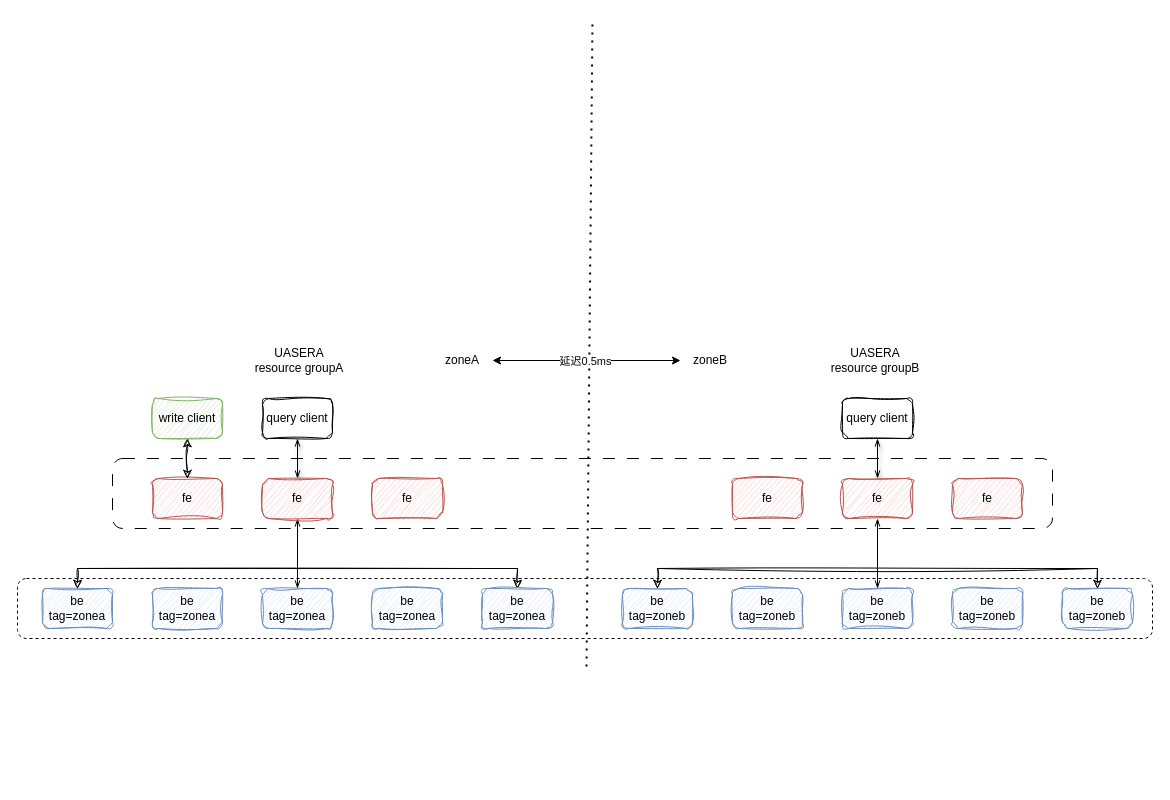
Earlier version of the draw.io diagram 1.drawio (casesdev/draw.io). Source tidied: cells renumbered, new cells numbered last; positions are measured from the earlier drawing's top-left corner, leaving out a move shared by most shapes. Both pictures are drawn from the tidied source at 100%, with x=0, y=0 at pixel (17, 18).
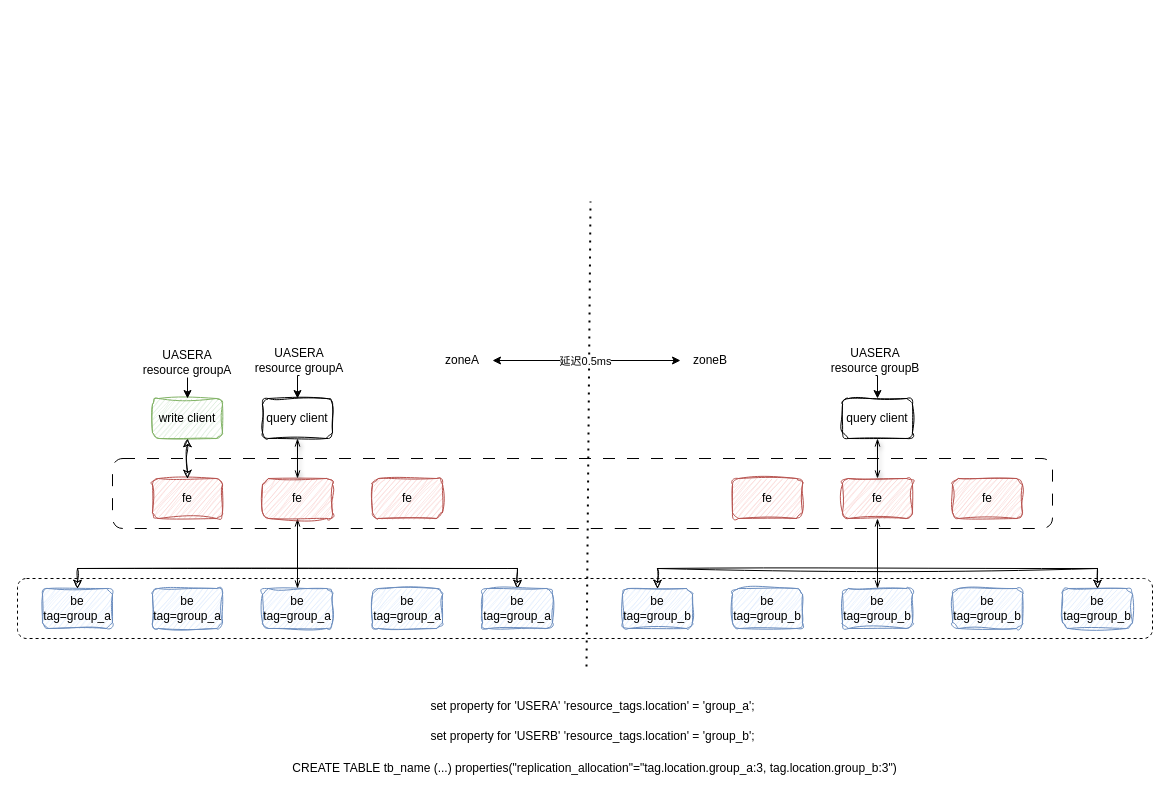
The same page after the edit.

The change refers to these unchanged cells:
```xml
<mxCell id="15" value="query client" style="rounded=1;whiteSpace=wrap;html=1;sketch=1;curveFitting=1;jiggle=2;glass=0;" parent="1" vertex="1">
  <mxGeometry x="245" y="380" width="70" height="40" as="geometry" />
</mxCell>
<mxCell id="28" value="query client" style="rounded=1;whiteSpace=wrap;html=1;sketch=1;curveFitting=1;jiggle=2;glass=0;" parent="1" vertex="1">
  <mxGeometry x="825" y="380" width="70" height="40" as="geometry" />
</mxCell>
<mxCell id="33" value="UASERA&lt;br&gt;resource groupA" style="text;html=1;strokeColor=none;fillColor=none;align=center;verticalAlign=middle;whiteSpace=wrap;rounded=0;" parent="1" vertex="1">
  <mxGeometry x="182" y="327" width="200" height="30" as="geometry" />
</mxCell>
<mxCell id="34" value="UASERA&lt;br&gt;resource groupB" style="text;html=1;strokeColor=none;fillColor=none;align=center;verticalAlign=middle;whiteSpace=wrap;rounded=0;" parent="1" vertex="1">
  <mxGeometry x="758" y="327" width="200" height="30" as="geometry" />
</mxCell>
<mxCell id="36" value="write client" style="rounded=1;whiteSpace=wrap;html=1;sketch=1;curveFitting=1;jiggle=2;glass=0;fillColor=#d5e8d4;strokeColor=#82b366;" parent="1" vertex="1">
  <mxGeometry x="135" y="380" width="70" height="40" as="geometry" />
</mxCell>
```

What changed in the source:
```diff
@@
-    <mxCell id="4" value="be&lt;br&gt;tag=zonea" style="rounded=1;whiteSpace=wrap;html=1;sketch=1;curveFitting=1;jiggle=2;glass=0;fillColor=#dae8fc;strokeColor=#6c8ebf;" parent="1" vertex="1">
+    <mxCell id="4" value="be&lt;br&gt;tag=group_a" style="rounded=1;whiteSpace=wrap;html=1;sketch=1;curveFitting=1;jiggle=2;glass=0;fillColor=#dae8fc;strokeColor=#6c8ebf;" parent="1" vertex="1">
       <mxGeometry x="25" y="570" width="70" height="40" as="geometry" />
     </mxCell>
-    <mxCell id="5" value="be&lt;br style=&quot;border-color: var(--border-color);&quot;&gt;tag=zonea" style="rounded=1;whiteSpace=wrap;html=1;sketch=1;curveFitting=1;jiggle=2;glass=0;fillColor=#dae8fc;strokeColor=#6c8ebf;" parent="1" vertex="1">
+    <mxCell id="5" value="be&lt;br style=&quot;border-color: var(--border-color);&quot;&gt;tag=group_a" style="rounded=1;whiteSpace=wrap;html=1;sketch=1;curveFitting=1;jiggle=2;glass=0;fillColor=#dae8fc;strokeColor=#6c8ebf;" parent="1" vertex="1">
       <mxGeometry x="135" y="570" width="70" height="40" as="geometry" />
     </mxCell>
-    <mxCell id="6" value="be&lt;br style=&quot;border-color: var(--border-color);&quot;&gt;tag=zonea" style="rounded=1;whiteSpace=wrap;html=1;sketch=1;curveFitting=1;jiggle=2;glass=0;fillColor=#dae8fc;strokeColor=#6c8ebf;" parent="1" vertex="1">
+    <mxCell id="6" value="be&lt;br style=&quot;border-color: var(--border-color);&quot;&gt;tag=group_a" style="rounded=1;whiteSpace=wrap;html=1;sketch=1;curveFitting=1;jiggle=2;glass=0;fillColor=#dae8fc;strokeColor=#6c8ebf;" parent="1" vertex="1">
       <mxGeometry x="245" y="570" width="70" height="40" as="geometry" />
     </mxCell>
-    <mxCell id="7" value="be&lt;br style=&quot;border-color: var(--border-color);&quot;&gt;tag=zonea" style="rounded=1;whiteSpace=wrap;html=1;sketch=1;curveFitting=1;jiggle=2;glass=0;fillColor=#dae8fc;strokeColor=#6c8ebf;" parent="1" vertex="1">
+    <mxCell id="7" value="be&lt;br style=&quot;border-color: var(--border-color);&quot;&gt;tag=group_a" style="rounded=1;whiteSpace=wrap;html=1;sketch=1;curveFitting=1;jiggle=2;glass=0;fillColor=#dae8fc;strokeColor=#6c8ebf;" parent="1" vertex="1">
       <mxGeometry x="355" y="570" width="70" height="40" as="geometry" />
     </mxCell>
@@
-    <mxCell id="9" value="be&lt;br style=&quot;border-color: var(--border-color);&quot;&gt;tag=zonea" style="rounded=1;whiteSpace=wrap;html=1;sketch=1;curveFitting=1;jiggle=2;glass=0;fillColor=#dae8fc;strokeColor=#6c8ebf;" parent="1" vertex="1">
+    <mxCell id="9" value="be&lt;br style=&quot;border-color: var(--border-color);&quot;&gt;tag=group_a" style="rounded=1;whiteSpace=wrap;html=1;sketch=1;curveFitting=1;jiggle=2;glass=0;fillColor=#dae8fc;strokeColor=#6c8ebf;" parent="1" vertex="1">
       <mxGeometry x="465" y="570" width="70" height="40" as="geometry" />
     </mxCell>
@@
     <mxCell id="16" style="endArrow=none;dashed=1;html=1;dashPattern=1 3;strokeWidth=2;rounded=0;" parent="1" edge="1">
       <mxGeometry relative="1" as="geometry">
         <mxPoint x="569" y="648" as="sourcePoint" />
-        <mxPoint x="575" as="targetPoint" />
+        <mxPoint x="573" y="183" as="targetPoint" />
       </mxGeometry>
     </mxCell>
-    <mxCell id="17" value="be&lt;br style=&quot;border-color: var(--border-color);&quot;&gt;tag=zoneb" style="rounded=1;whiteSpace=wrap;html=1;sketch=1;curveFitting=1;jiggle=2;glass=0;fillColor=#dae8fc;strokeColor=#6c8ebf;" parent="1" vertex="1">
+    <mxCell id="17" value="be&lt;br style=&quot;border-color: var(--border-color);&quot;&gt;tag=group_b" style="rounded=1;whiteSpace=wrap;html=1;sketch=1;curveFitting=1;jiggle=2;glass=0;fillColor=#dae8fc;strokeColor=#6c8ebf;" parent="1" vertex="1">
       <mxGeometry x="605" y="570" width="70" height="40" as="geometry" />
     </mxCell>
-    <mxCell id="18" value="be&lt;br style=&quot;border-color: var(--border-color);&quot;&gt;tag=zoneb" style="rounded=1;whiteSpace=wrap;html=1;sketch=1;curveFitting=1;jiggle=2;glass=0;fillColor=#dae8fc;strokeColor=#6c8ebf;" parent="1" vertex="1">
+    <mxCell id="18" value="be&lt;br style=&quot;border-color: var(--border-color);&quot;&gt;tag=group_b" style="rounded=1;whiteSpace=wrap;html=1;sketch=1;curveFitting=1;jiggle=2;glass=0;fillColor=#dae8fc;strokeColor=#6c8ebf;" parent="1" vertex="1">
       <mxGeometry x="715" y="570" width="70" height="40" as="geometry" />
     </mxCell>
-    <mxCell id="19" value="be&lt;br style=&quot;border-color: var(--border-color);&quot;&gt;tag=zoneb" style="rounded=1;whiteSpace=wrap;html=1;sketch=1;curveFitting=1;jiggle=2;glass=0;fillColor=#dae8fc;strokeColor=#6c8ebf;" parent="1" vertex="1">
+    <mxCell id="19" value="be&lt;br style=&quot;border-color: var(--border-color);&quot;&gt;tag=group_b" style="rounded=1;whiteSpace=wrap;html=1;sketch=1;curveFitting=1;jiggle=2;glass=0;fillColor=#dae8fc;strokeColor=#6c8ebf;" parent="1" vertex="1">
       <mxGeometry x="825" y="570" width="70" height="40" as="geometry" />
     </mxCell>
-    <mxCell id="20" value="be&lt;br style=&quot;border-color: var(--border-color);&quot;&gt;tag=zoneb" style="rounded=1;whiteSpace=wrap;html=1;sketch=1;curveFitting=1;jiggle=2;glass=0;fillColor=#dae8fc;strokeColor=#6c8ebf;" parent="1" vertex="1">
+    <mxCell id="20" value="be&lt;br style=&quot;border-color: var(--border-color);&quot;&gt;tag=group_b" style="rounded=1;whiteSpace=wrap;html=1;sketch=1;curveFitting=1;jiggle=2;glass=0;fillColor=#dae8fc;strokeColor=#6c8ebf;" parent="1" vertex="1">
       <mxGeometry x="935" y="570" width="70" height="40" as="geometry" />
     </mxCell>
@@
-    <mxCell id="22" value="be&lt;br style=&quot;border-color: var(--border-color);&quot;&gt;tag=zoneb" style="rounded=1;whiteSpace=wrap;html=1;sketch=1;curveFitting=1;jiggle=2;glass=0;fillColor=#dae8fc;strokeColor=#6c8ebf;" parent="1" vertex="1">
+    <mxCell id="22" value="be&lt;br style=&quot;border-color: var(--border-color);&quot;&gt;tag=group_b" style="rounded=1;whiteSpace=wrap;html=1;sketch=1;curveFitting=1;jiggle=2;glass=0;fillColor=#dae8fc;strokeColor=#6c8ebf;" parent="1" vertex="1">
       <mxGeometry x="1045" y="570" width="70" height="40" as="geometry" />
     </mxCell>
@@
+    <mxCell id="37" style="edgeStyle=orthogonalEdgeStyle;rounded=0;jettySize=auto;html=1;exitX=0.5;exitY=1;exitDx=0;exitDy=0;entryX=0.5;entryY=0;entryDx=0;entryDy=0;" parent="1" edge="1" source="33" target="15">
+      <mxGeometry relative="1" as="geometry" />
+    </mxCell>
@@
+    <mxCell id="38" style="edgeStyle=orthogonalEdgeStyle;rounded=0;jettySize=auto;html=1;exitX=0.5;exitY=1;exitDx=0;exitDy=0;entryX=0.5;entryY=0;entryDx=0;entryDy=0;" parent="1" edge="1" source="34" target="28">
+      <mxGeometry relative="1" as="geometry" />
+    </mxCell>
@@
+    <mxCell id="39" style="edgeStyle=orthogonalEdgeStyle;rounded=0;jettySize=auto;html=1;exitX=0.5;exitY=1;exitDx=0;exitDy=0;entryX=0.5;entryY=0;entryDx=0;entryDy=0;" parent="1" edge="1" source="40" target="36">
+      <mxGeometry relative="1" as="geometry" />
+    </mxCell>
+    <mxCell id="40" value="UASERA&lt;br&gt;resource groupA" style="text;html=1;strokeColor=none;fillColor=none;align=center;verticalAlign=middle;whiteSpace=wrap;rounded=0;" parent="1" vertex="1">
+      <mxGeometry x="70" y="329" width="200" height="30" as="geometry" />
+    </mxCell>
+    <mxCell id="41" value="set property for 'USERA' 'resource_tags.location' = 'group_a';" style="text;html=1;strokeColor=none;fillColor=none;align=center;verticalAlign=middle;whiteSpace=wrap;rounded=0;" parent="1" vertex="1">
+      <mxGeometry x="393" y="673" width="365" height="30" as="geometry" />
+    </mxCell>
+    <mxCell id="42" value="set property for 'USERB' 'resource_tags.location' = 'group_b';" style="text;html=1;strokeColor=none;fillColor=none;align=center;verticalAlign=middle;whiteSpace=wrap;rounded=0;" parent="1" vertex="1">
+      <mxGeometry x="393" y="703" width="365" height="30" as="geometry" />
+    </mxCell>
+    <mxCell id="43" value="CREATE TABLE tb_name (...) properties(&quot;replication_allocation&quot;=&quot;tag.location.group_a:3, tag.location.group_b:3&quot;)" style="text;html=1;strokeColor=none;fillColor=none;align=center;verticalAlign=middle;whiteSpace=wrap;rounded=0;" parent="1" vertex="1">
+      <mxGeometry x="197" y="735" width="761" height="30" as="geometry" />
+    </mxCell>
```
